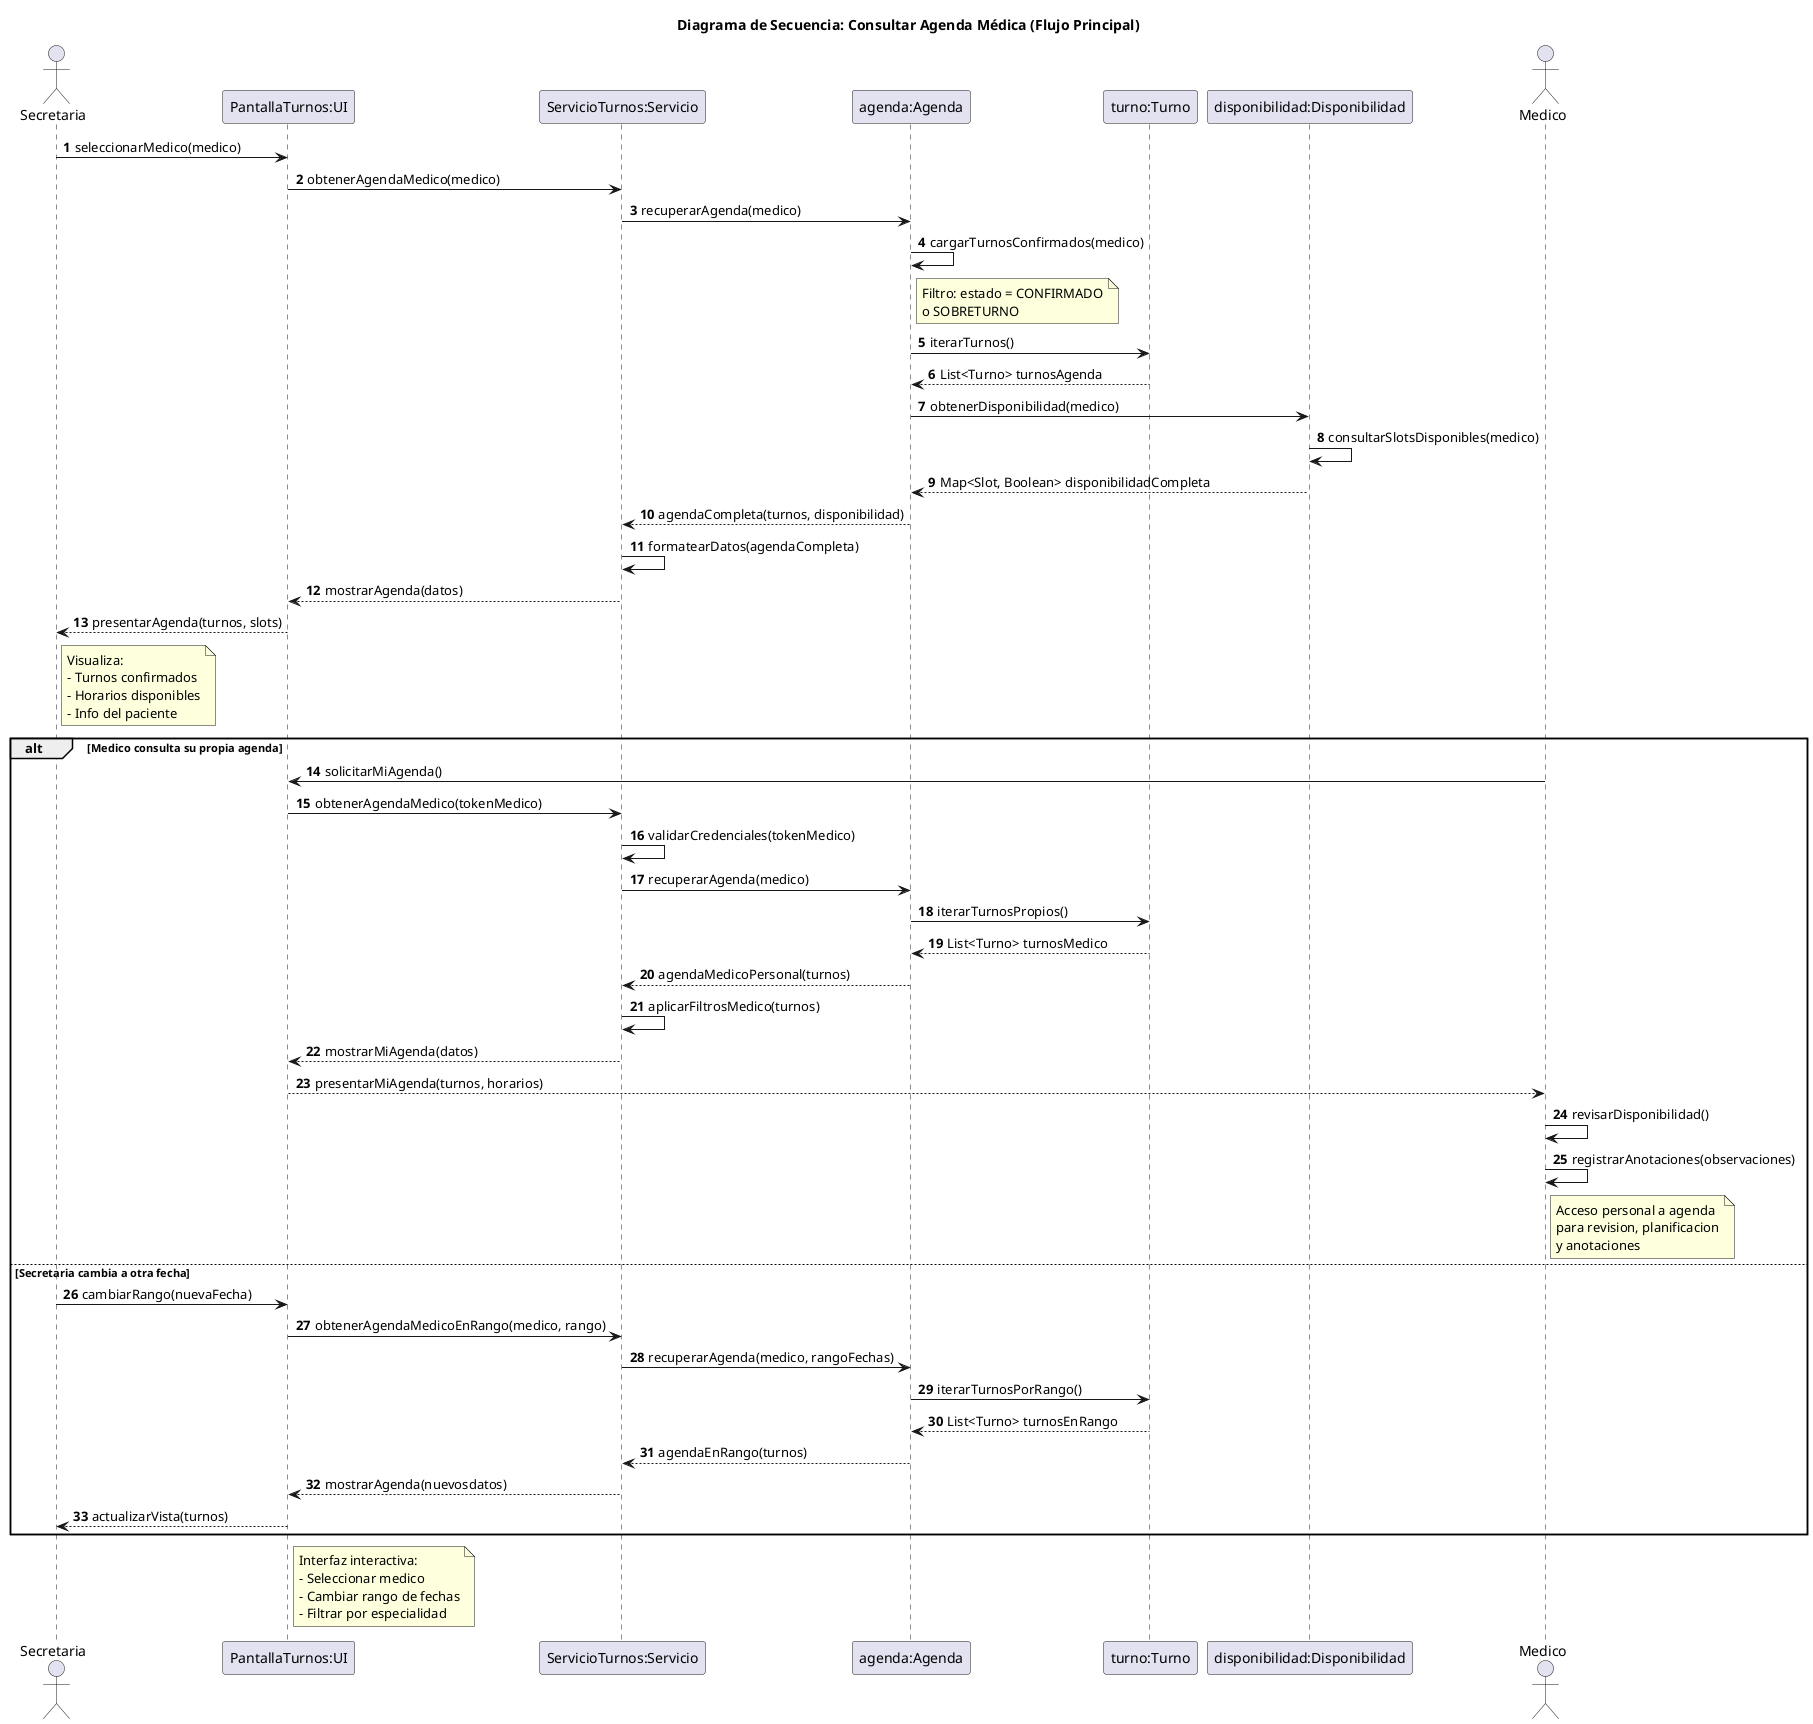
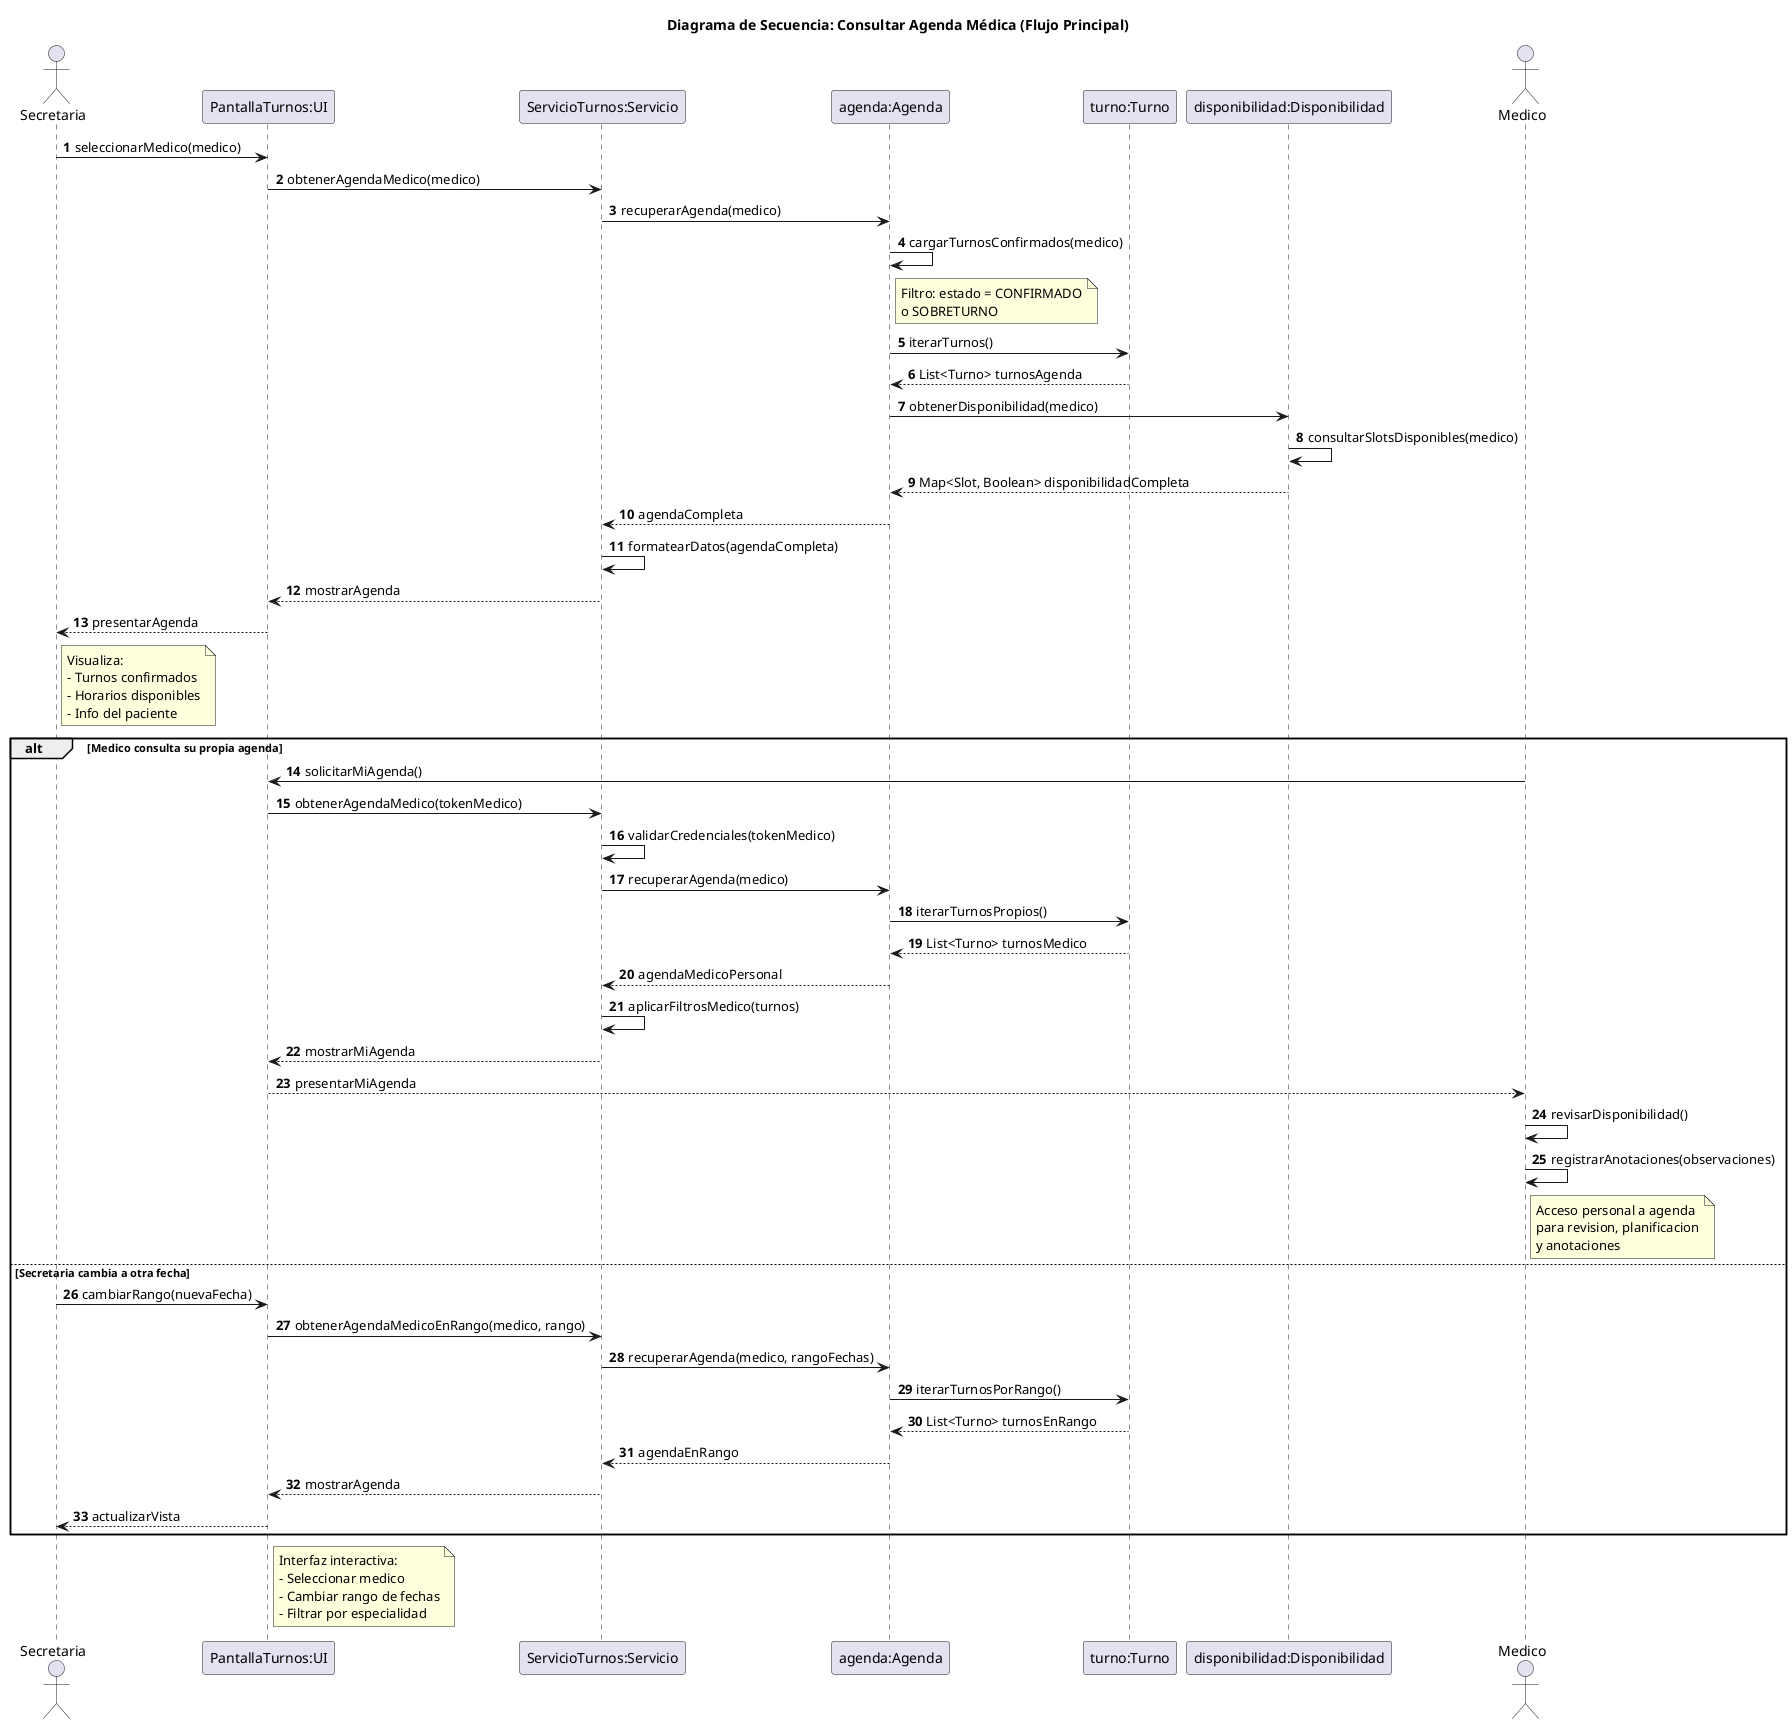
@startuml 05-secuencia-consultar-agenda-medica-flujo-principal-05
title Diagrama de Secuencia: Consultar Agenda Médica (Flujo Principal)

actor Secretaria
participant "PantallaTurnos:UI" as UI
participant "ServicioTurnos:Servicio" as Servicio
participant "agenda:Agenda" as Agenda
participant "turno:Turno" as Turno
participant "disponibilidad:Disponibilidad" as Disp
actor Medico

autonumber

Secretaria -> UI: seleccionarMedico(medico)
UI -> Servicio: obtenerAgendaMedico(medico)
Servicio -> Agenda: recuperarAgenda(medico)
Agenda -> Agenda: cargarTurnosConfirmados(medico)
note right of Agenda
  Filtro: estado = CONFIRMADO
  o SOBRETURNO
end note
Agenda -> Turno: iterarTurnos()
Turno --> Agenda: List<Turno> turnosAgenda
Agenda -> Disp: obtenerDisponibilidad(medico)
Disp -> Disp: consultarSlotsDisponibles(medico)
Disp --> Agenda: Map<Slot, Boolean> disponibilidadCompleta
- Agenda --> Servicio: agendaCompleta(turnos, disponibilidad)
+ Agenda --> Servicio: agendaCompleta
Servicio -> Servicio: formatearDatos(agendaCompleta)
- Servicio --> UI: mostrarAgenda(datos)
- UI --> Secretaria: presentarAgenda(turnos, slots)
+ Servicio --> UI: mostrarAgenda
+ UI --> Secretaria: presentarAgenda
note right of Secretaria
  Visualiza:
  - Turnos confirmados
  - Horarios disponibles
  - Info del paciente
end note

alt Medico consulta su propia agenda
  Medico -> UI: solicitarMiAgenda()
  UI -> Servicio: obtenerAgendaMedico(tokenMedico)
  Servicio -> Servicio: validarCredenciales(tokenMedico)
  Servicio -> Agenda: recuperarAgenda(medico)
  Agenda -> Turno: iterarTurnosPropios()
  Turno --> Agenda: List<Turno> turnosMedico
-   Agenda --> Servicio: agendaMedicoPersonal(turnos)
+   Agenda --> Servicio: agendaMedicoPersonal
  Servicio -> Servicio: aplicarFiltrosMedico(turnos)
-   Servicio --> UI: mostrarMiAgenda(datos)
-   UI --> Medico: presentarMiAgenda(turnos, horarios)
+   Servicio --> UI: mostrarMiAgenda
+   UI --> Medico: presentarMiAgenda
  Medico -> Medico: revisarDisponibilidad()
  Medico -> Medico: registrarAnotaciones(observaciones)

  note right of Medico
    Acceso personal a agenda
    para revision, planificacion
    y anotaciones
  end note
else Secretaria cambia a otra fecha
  Secretaria -> UI: cambiarRango(nuevaFecha)
  UI -> Servicio: obtenerAgendaMedicoEnRango(medico, rango)
  Servicio -> Agenda: recuperarAgenda(medico, rangoFechas)
  Agenda -> Turno: iterarTurnosPorRango()
  Turno --> Agenda: List<Turno> turnosEnRango
-   Agenda --> Servicio: agendaEnRango(turnos)
-   Servicio --> UI: mostrarAgenda(nuevosdatos)
-   UI --> Secretaria: actualizarVista(turnos)
+   Agenda --> Servicio: agendaEnRango
+   Servicio --> UI: mostrarAgenda
+   UI --> Secretaria: actualizarVista
end

note right of UI
  Interfaz interactiva:
  - Seleccionar medico
  - Cambiar rango de fechas
  - Filtrar por especialidad
end note

@enduml
